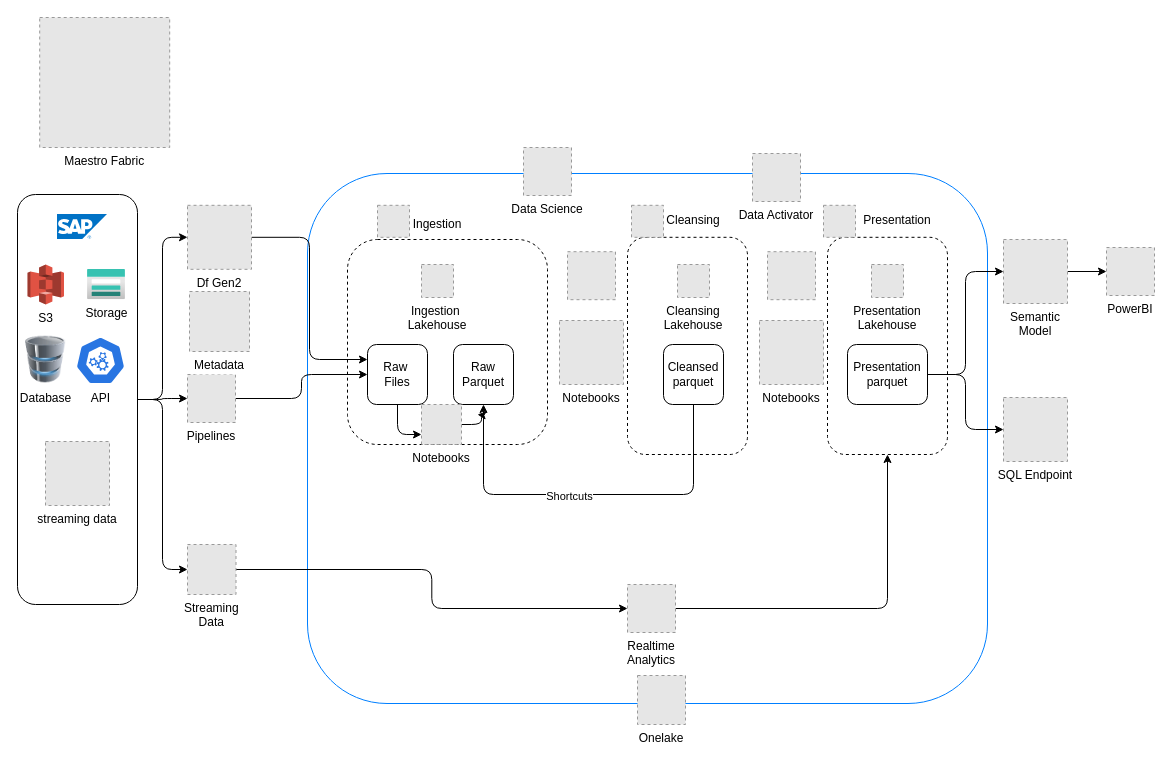
Above: page "Detail Architectuur" (6 of 6) of Fabric.drawio in reitse/FabulousFabricFiles (draw.io), before the change. Source tidied: cells renumbered, new cells numbered last; positions are measured from the earlier drawing's top-left corner, leaving out a move shared by most shapes. Both pictures are drawn from the tidied source at 100%, with x=0, y=0 at pixel (17, 17). Pictures stored in the file or linked from it are replaced by grey dashed boxes.
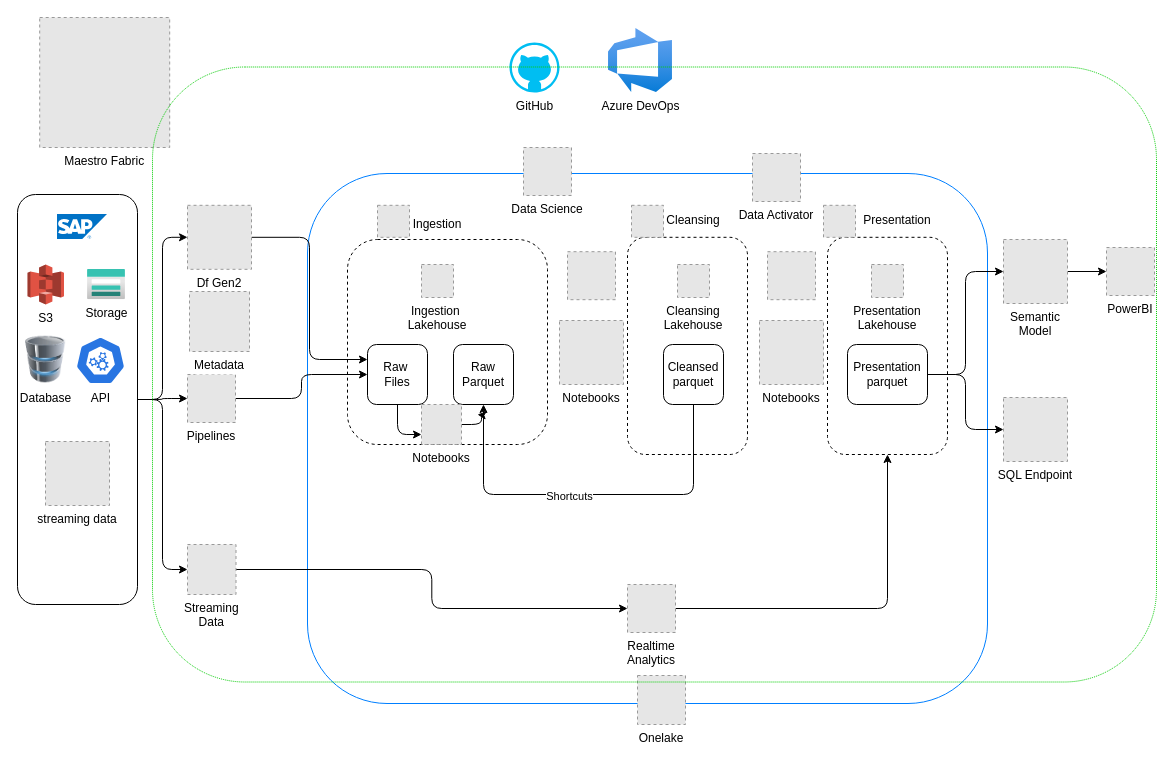
The same diagram, later.

The edit, as a diff of the source:
```diff
@@
+    <mxCell id="57" value="GitHub" style="verticalLabelPosition=bottom;html=1;verticalAlign=top;align=center;strokeColor=none;fillColor=#00BEF2;shape=mxgraph.azure.github_code;" parent="1" vertex="1">
+      <mxGeometry x="492" y="25" width="50" height="50" as="geometry" />
+    </mxCell>
+    <mxCell id="58" value="Azure DevOps" style="image;html=1;align=center;fontSize=12;image=img/lib/azure2/devops/Azure_DevOps.svg;" parent="1" vertex="1">
+      <mxGeometry x="591" y="11" width="64" height="64" as="geometry" />
+    </mxCell>
+    <mxCell id="59" style="rounded=1;whiteSpace=wrap;html=1;dashed=1;dashPattern=1 1;fillColor=none;strokeColor=#00CC00;" parent="1" vertex="1">
+      <mxGeometry x="135" y="49.5" width="1004" height="615" as="geometry" />
+    </mxCell>
```
